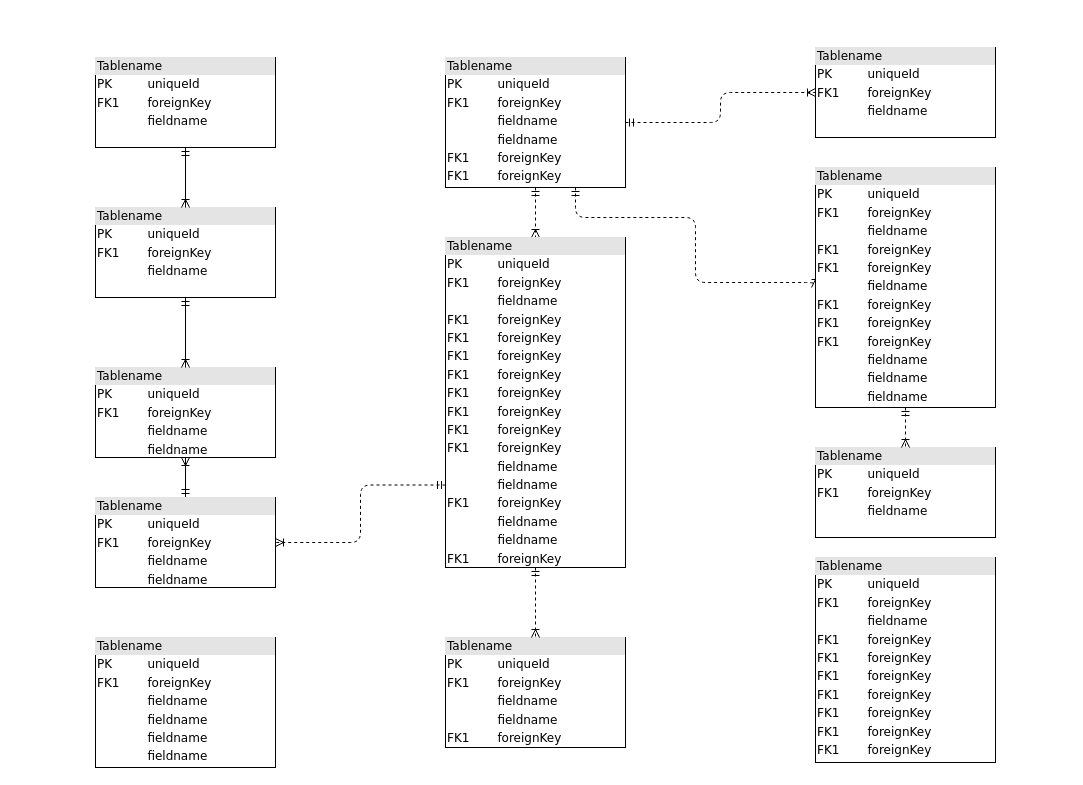
Above: Untitled Diagram.drawio in phuc-create/GraphQL-Learning (draw.io), before the change. Source tidied: cells renumbered, new cells numbered last; positions are measured from the earlier drawing's top-left corner, leaving out a move shared by most shapes. Both pictures are drawn from the tidied source at 100%, with x=0, y=0 at pixel (95, 47).
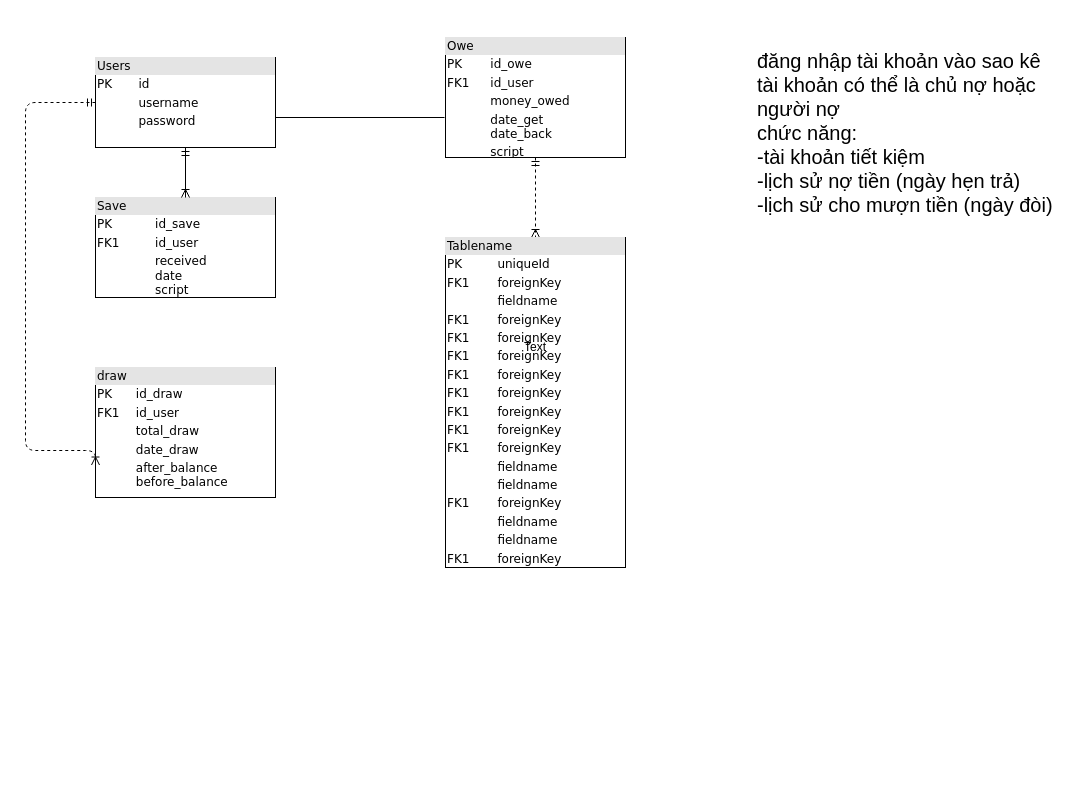
Above is the later version.

Unchanged cells that the change refers to:
```xml
<mxCell id="16" value="&lt;div style=&quot;box-sizing: border-box ; width: 100% ; background: #e4e4e4 ; padding: 2px&quot;&gt;Tablename&lt;/div&gt;&lt;table style=&quot;width: 100% ; font-size: 1em&quot; cellpadding=&quot;2&quot; cellspacing=&quot;0&quot;&gt;&lt;tbody&gt;&lt;tr&gt;&lt;td&gt;PK&lt;/td&gt;&lt;td&gt;uniqueId&lt;/td&gt;&lt;/tr&gt;&lt;tr&gt;&lt;td&gt;FK1&lt;/td&gt;&lt;td&gt;foreignKey&lt;/td&gt;&lt;/tr&gt;&lt;tr&gt;&lt;td&gt;&lt;/td&gt;&lt;td&gt;fieldname&lt;/td&gt;&lt;/tr&gt;&lt;tr&gt;&lt;td&gt;FK1&lt;br&gt;&lt;/td&gt;&lt;td&gt;foreignKey&lt;br&gt;&lt;/td&gt;&lt;/tr&gt;&lt;tr&gt;&lt;td&gt;FK1&lt;br&gt;&lt;/td&gt;&lt;td&gt;foreignKey&lt;br&gt;&lt;/td&gt;&lt;/tr&gt;&lt;tr&gt;&lt;td&gt;FK1&lt;br&gt;&lt;/td&gt;&lt;td&gt;foreignKey&lt;br&gt;&lt;/td&gt;&lt;/tr&gt;&lt;tr&gt;&lt;td&gt;FK1&lt;br&gt;&lt;/td&gt;&lt;td&gt;foreignKey&lt;br&gt;&lt;/td&gt;&lt;/tr&gt;&lt;tr&gt;&lt;td&gt;FK1&lt;br&gt;&lt;/td&gt;&lt;td&gt;foreignKey&lt;br&gt;&lt;/td&gt;&lt;/tr&gt;&lt;tr&gt;&lt;td&gt;FK1&lt;br&gt;&lt;/td&gt;&lt;td&gt;foreignKey&lt;br&gt;&lt;/td&gt;&lt;/tr&gt;&lt;tr&gt;&lt;td&gt;FK1&lt;br&gt;&lt;/td&gt;&lt;td&gt;foreignKey&lt;br&gt;&lt;/td&gt;&lt;/tr&gt;&lt;tr&gt;&lt;td&gt;FK1&lt;br&gt;&lt;/td&gt;&lt;td&gt;foreignKey&lt;br&gt;&lt;/td&gt;&lt;/tr&gt;&lt;tr&gt;&lt;td&gt;&lt;br&gt;&lt;/td&gt;&lt;td&gt;fieldname&lt;br&gt;&lt;/td&gt;&lt;/tr&gt;&lt;tr&gt;&lt;td&gt;&lt;br&gt;&lt;/td&gt;&lt;td&gt;fieldname&lt;br&gt;&lt;/td&gt;&lt;/tr&gt;&lt;tr&gt;&lt;td&gt;FK1&lt;br&gt;&lt;/td&gt;&lt;td&gt;foreignKey&lt;br&gt;&lt;/td&gt;&lt;/tr&gt;&lt;tr&gt;&lt;td&gt;&lt;br&gt;&lt;/td&gt;&lt;td&gt;fieldname&lt;br&gt;&lt;/td&gt;&lt;/tr&gt;&lt;tr&gt;&lt;td&gt;&lt;br&gt;&lt;/td&gt;&lt;td&gt;fieldname&lt;br&gt;&lt;/td&gt;&lt;/tr&gt;&lt;tr&gt;&lt;td&gt;FK1&lt;br&gt;&lt;/td&gt;&lt;td&gt;foreignKey&lt;br&gt;&lt;/td&gt;&lt;/tr&gt;&lt;/tbody&gt;&lt;/table&gt;" style="verticalAlign=top;align=left;overflow=fill;html=1;rounded=0;shadow=0;comic=0;labelBackgroundColor=none;strokeWidth=1;fontFamily=Verdana;fontSize=12;" parent="1" vertex="1">
  <mxGeometry x="350" y="190" width="180" height="330" as="geometry" />
</mxCell>
```

Change to the diagram source:
```diff
@@
-    <mxCell id="2" value="&lt;div style=&quot;box-sizing:border-box;width:100%;background:#e4e4e4;padding:2px;&quot;&gt;Tablename&lt;/div&gt;&lt;table style=&quot;width:100%;font-size:1em;&quot; cellpadding=&quot;2&quot; cellspacing=&quot;0&quot;&gt;&lt;tr&gt;&lt;td&gt;PK&lt;/td&gt;&lt;td&gt;uniqueId&lt;/td&gt;&lt;/tr&gt;&lt;tr&gt;&lt;td&gt;FK1&lt;/td&gt;&lt;td&gt;foreignKey&lt;/td&gt;&lt;/tr&gt;&lt;tr&gt;&lt;td&gt;&lt;/td&gt;&lt;td&gt;fieldname&lt;/td&gt;&lt;/tr&gt;&lt;/table&gt;" style="verticalAlign=top;align=left;overflow=fill;html=1;rounded=0;shadow=0;comic=0;labelBackgroundColor=none;strokeWidth=1;fontFamily=Verdana;fontSize=12;" parent="1" vertex="1">
+    <mxCell id="2" value="&lt;div style=&quot;box-sizing: border-box ; width: 100% ; background: #e4e4e4 ; padding: 2px&quot;&gt;Users&lt;/div&gt;&lt;table style=&quot;width: 100% ; font-size: 1em&quot; cellpadding=&quot;2&quot; cellspacing=&quot;0&quot;&gt;&lt;tbody&gt;&lt;tr&gt;&lt;td&gt;PK&lt;/td&gt;&lt;td&gt;id&lt;/td&gt;&lt;/tr&gt;&lt;tr&gt;&lt;td&gt;&lt;br&gt;&lt;/td&gt;&lt;td&gt;username&lt;/td&gt;&lt;/tr&gt;&lt;tr&gt;&lt;td&gt;&lt;/td&gt;&lt;td&gt;password&lt;/td&gt;&lt;/tr&gt;&lt;/tbody&gt;&lt;/table&gt;" style="verticalAlign=top;align=left;overflow=fill;html=1;rounded=0;shadow=0;comic=0;labelBackgroundColor=none;strokeWidth=1;fontFamily=Verdana;fontSize=12;" parent="1" vertex="1">
       <mxGeometry y="10" width="180" height="90" as="geometry" />
     </mxCell>
@@
-    <mxCell id="4" style="edgeStyle=orthogonalEdgeStyle;html=1;dashed=1;labelBackgroundColor=none;startArrow=ERmandOne;endArrow=ERoneToMany;fontFamily=Verdana;fontSize=12;align=left;entryX=0;entryY=0.5;" parent="1" edge="1" source="6" target="19">
-      <mxGeometry relative="1" as="geometry">
-        <Array as="points">
-          <mxPoint x="480" y="170" />
-          <mxPoint x="600" y="170" />
-          <mxPoint x="600" y="235" />
-        </Array>
-      </mxGeometry>
-    </mxCell>
-    <mxCell id="5" style="edgeStyle=orthogonalEdgeStyle;html=1;dashed=1;labelBackgroundColor=none;startArrow=ERmandOne;endArrow=ERoneToMany;fontFamily=Verdana;fontSize=12;align=left;" parent="1" edge="1" source="6" target="20">
-      <mxGeometry relative="1" as="geometry" />
-    </mxCell>
-    <mxCell id="6" value="&lt;div style=&quot;box-sizing: border-box ; width: 100% ; background: #e4e4e4 ; padding: 2px&quot;&gt;Tablename&lt;/div&gt;&lt;table style=&quot;width: 100% ; font-size: 1em&quot; cellpadding=&quot;2&quot; cellspacing=&quot;0&quot;&gt;&lt;tbody&gt;&lt;tr&gt;&lt;td&gt;PK&lt;/td&gt;&lt;td&gt;uniqueId&lt;/td&gt;&lt;/tr&gt;&lt;tr&gt;&lt;td&gt;FK1&lt;/td&gt;&lt;td&gt;foreignKey&lt;/td&gt;&lt;/tr&gt;&lt;tr&gt;&lt;td&gt;&lt;/td&gt;&lt;td&gt;fieldname&lt;/td&gt;&lt;/tr&gt;&lt;tr&gt;&lt;td&gt;&lt;br&gt;&lt;/td&gt;&lt;td&gt;fieldname&lt;br&gt;&lt;/td&gt;&lt;/tr&gt;&lt;tr&gt;&lt;td&gt;FK1&lt;br&gt;&lt;/td&gt;&lt;td&gt;foreignKey&lt;br&gt;&lt;/td&gt;&lt;/tr&gt;&lt;tr&gt;&lt;td&gt;FK1&lt;br&gt;&lt;/td&gt;&lt;td&gt;foreignKey&lt;br&gt;&lt;/td&gt;&lt;/tr&gt;&lt;/tbody&gt;&lt;/table&gt;" style="verticalAlign=top;align=left;overflow=fill;html=1;rounded=0;shadow=0;comic=0;labelBackgroundColor=none;strokeWidth=1;fontFamily=Verdana;fontSize=12;" parent="1" vertex="1">
-      <mxGeometry x="350" y="10" width="180" height="130" as="geometry" />
+    <mxCell id="6" value="&lt;div style=&quot;box-sizing: border-box ; width: 100% ; background: #e4e4e4 ; padding: 2px&quot;&gt;Owe&lt;/div&gt;&lt;table style=&quot;width: 100% ; font-size: 1em&quot; cellpadding=&quot;2&quot; cellspacing=&quot;0&quot;&gt;&lt;tbody&gt;&lt;tr&gt;&lt;td&gt;PK&lt;/td&gt;&lt;td&gt;id_owe&lt;/td&gt;&lt;/tr&gt;&lt;tr&gt;&lt;td&gt;FK1&lt;/td&gt;&lt;td&gt;id_user&lt;/td&gt;&lt;/tr&gt;&lt;tr&gt;&lt;td&gt;&lt;/td&gt;&lt;td&gt;money_owed&lt;/td&gt;&lt;/tr&gt;&lt;tr&gt;&lt;td&gt;&lt;br&gt;&lt;/td&gt;&lt;td&gt;date_get&lt;br&gt;date_back&lt;/td&gt;&lt;/tr&gt;&lt;tr&gt;&lt;td&gt;&lt;br&gt;&lt;/td&gt;&lt;td&gt;script&lt;/td&gt;&lt;/tr&gt;&lt;tr&gt;&lt;td&gt;&lt;br&gt;&lt;/td&gt;&lt;td&gt;&lt;br&gt;&lt;/td&gt;&lt;/tr&gt;&lt;/tbody&gt;&lt;/table&gt;" style="verticalAlign=top;align=left;overflow=fill;html=1;rounded=0;shadow=0;comic=0;labelBackgroundColor=none;strokeWidth=1;fontFamily=Verdana;fontSize=12;" parent="1" vertex="1">
+      <mxGeometry x="350" y="-10" width="180" height="120" as="geometry" />
     </mxCell>
-    <mxCell id="7" style="edgeStyle=orthogonalEdgeStyle;html=1;labelBackgroundColor=none;startArrow=ERmandOne;endArrow=ERoneToMany;fontFamily=Verdana;fontSize=12;align=left;" parent="1" edge="1" source="9" target="10">
-      <mxGeometry relative="1" as="geometry" />
-    </mxCell>
-    <mxCell id="8" style="edgeStyle=orthogonalEdgeStyle;html=1;exitX=0;exitY=0.75;entryX=1;entryY=0.5;dashed=1;labelBackgroundColor=none;startArrow=ERmandOne;endArrow=ERoneToMany;fontFamily=Verdana;fontSize=12;align=left;" parent="1" edge="1" source="16" target="9">
-      <mxGeometry relative="1" as="geometry" />
-    </mxCell>
-    <mxCell id="9" value="&lt;div style=&quot;box-sizing: border-box ; width: 100% ; background: #e4e4e4 ; padding: 2px&quot;&gt;Tablename&lt;/div&gt;&lt;table style=&quot;width: 100% ; font-size: 1em&quot; cellpadding=&quot;2&quot; cellspacing=&quot;0&quot;&gt;&lt;tbody&gt;&lt;tr&gt;&lt;td&gt;PK&lt;/td&gt;&lt;td&gt;uniqueId&lt;/td&gt;&lt;/tr&gt;&lt;tr&gt;&lt;td&gt;FK1&lt;/td&gt;&lt;td&gt;foreignKey&lt;/td&gt;&lt;/tr&gt;&lt;tr&gt;&lt;td&gt;&lt;/td&gt;&lt;td&gt;fieldname&lt;/td&gt;&lt;/tr&gt;&lt;tr&gt;&lt;td&gt;&lt;br&gt;&lt;/td&gt;&lt;td&gt;fieldname&lt;br&gt;&lt;/td&gt;&lt;/tr&gt;&lt;/tbody&gt;&lt;/table&gt;" style="verticalAlign=top;align=left;overflow=fill;html=1;rounded=0;shadow=0;comic=0;labelBackgroundColor=none;strokeWidth=1;fontFamily=Verdana;fontSize=12;" parent="1" vertex="1">
-      <mxGeometry y="450" width="180" height="90" as="geometry" />
-    </mxCell>
-    <mxCell id="10" value="&lt;div style=&quot;box-sizing: border-box ; width: 100% ; background: #e4e4e4 ; padding: 2px&quot;&gt;Tablename&lt;/div&gt;&lt;table style=&quot;width: 100% ; font-size: 1em&quot; cellpadding=&quot;2&quot; cellspacing=&quot;0&quot;&gt;&lt;tbody&gt;&lt;tr&gt;&lt;td&gt;PK&lt;/td&gt;&lt;td&gt;uniqueId&lt;/td&gt;&lt;/tr&gt;&lt;tr&gt;&lt;td&gt;FK1&lt;/td&gt;&lt;td&gt;foreignKey&lt;/td&gt;&lt;/tr&gt;&lt;tr&gt;&lt;td&gt;&lt;/td&gt;&lt;td&gt;fieldname&lt;/td&gt;&lt;/tr&gt;&lt;tr&gt;&lt;td&gt;&lt;br&gt;&lt;/td&gt;&lt;td&gt;fieldname&lt;br&gt;&lt;/td&gt;&lt;/tr&gt;&lt;/tbody&gt;&lt;/table&gt;" style="verticalAlign=top;align=left;overflow=fill;html=1;rounded=0;shadow=0;comic=0;labelBackgroundColor=none;strokeWidth=1;fontFamily=Verdana;fontSize=12;" parent="1" vertex="1">
-      <mxGeometry y="320" width="180" height="90" as="geometry" />
-    </mxCell>
-    <mxCell id="11" style="edgeStyle=orthogonalEdgeStyle;html=1;entryX=0.5;entryY=0;labelBackgroundColor=none;startArrow=ERmandOne;endArrow=ERoneToMany;fontFamily=Verdana;fontSize=12;align=left;" parent="1" edge="1" source="12" target="10">
-      <mxGeometry relative="1" as="geometry" />
-    </mxCell>
-    <mxCell id="12" value="&lt;div style=&quot;box-sizing:border-box;width:100%;background:#e4e4e4;padding:2px;&quot;&gt;Tablename&lt;/div&gt;&lt;table style=&quot;width:100%;font-size:1em;&quot; cellpadding=&quot;2&quot; cellspacing=&quot;0&quot;&gt;&lt;tr&gt;&lt;td&gt;PK&lt;/td&gt;&lt;td&gt;uniqueId&lt;/td&gt;&lt;/tr&gt;&lt;tr&gt;&lt;td&gt;FK1&lt;/td&gt;&lt;td&gt;foreignKey&lt;/td&gt;&lt;/tr&gt;&lt;tr&gt;&lt;td&gt;&lt;/td&gt;&lt;td&gt;fieldname&lt;/td&gt;&lt;/tr&gt;&lt;/table&gt;" style="verticalAlign=top;align=left;overflow=fill;html=1;rounded=0;shadow=0;comic=0;labelBackgroundColor=none;strokeWidth=1;fontFamily=Verdana;fontSize=12;" parent="1" vertex="1">
-      <mxGeometry y="160" width="180" height="90" as="geometry" />
+    <mxCell id="12" value="&lt;div style=&quot;box-sizing: border-box ; width: 100% ; background: #e4e4e4 ; padding: 2px&quot;&gt;Save&lt;/div&gt;&lt;table style=&quot;width: 100% ; font-size: 1em&quot; cellpadding=&quot;2&quot; cellspacing=&quot;0&quot;&gt;&lt;tbody&gt;&lt;tr&gt;&lt;td&gt;PK&lt;/td&gt;&lt;td&gt;id_save&lt;/td&gt;&lt;/tr&gt;&lt;tr&gt;&lt;td&gt;FK1&lt;/td&gt;&lt;td&gt;id_user&lt;/td&gt;&lt;/tr&gt;&lt;tr&gt;&lt;td&gt;&lt;/td&gt;&lt;td&gt;received&lt;br&gt;date&lt;br&gt;script&lt;br&gt;&lt;br&gt;&lt;/td&gt;&lt;/tr&gt;&lt;/tbody&gt;&lt;/table&gt;" style="verticalAlign=top;align=left;overflow=fill;html=1;rounded=0;shadow=0;comic=0;labelBackgroundColor=none;strokeWidth=1;fontFamily=Verdana;fontSize=12;" parent="1" vertex="1">
+      <mxGeometry y="150" width="180" height="100" as="geometry" />
     </mxCell>
-    <mxCell id="13" value="&lt;div style=&quot;box-sizing: border-box ; width: 100% ; background: #e4e4e4 ; padding: 2px&quot;&gt;Tablename&lt;/div&gt;&lt;table style=&quot;width: 100% ; font-size: 1em&quot; cellpadding=&quot;2&quot; cellspacing=&quot;0&quot;&gt;&lt;tbody&gt;&lt;tr&gt;&lt;td&gt;PK&lt;/td&gt;&lt;td&gt;uniqueId&lt;/td&gt;&lt;/tr&gt;&lt;tr&gt;&lt;td&gt;FK1&lt;/td&gt;&lt;td&gt;foreignKey&lt;/td&gt;&lt;/tr&gt;&lt;tr&gt;&lt;td&gt;&lt;/td&gt;&lt;td&gt;fieldname&lt;/td&gt;&lt;/tr&gt;&lt;tr&gt;&lt;td&gt;FK1&lt;br&gt;&lt;/td&gt;&lt;td&gt;foreignKey&lt;br&gt;&lt;/td&gt;&lt;/tr&gt;&lt;tr&gt;&lt;td&gt;FK1&lt;br&gt;&lt;/td&gt;&lt;td&gt;foreignKey&lt;br&gt;&lt;/td&gt;&lt;/tr&gt;&lt;tr&gt;&lt;td&gt;FK1&lt;br&gt;&lt;/td&gt;&lt;td&gt;foreignKey&lt;br&gt;&lt;/td&gt;&lt;/tr&gt;&lt;tr&gt;&lt;td&gt;FK1&lt;br&gt;&lt;/td&gt;&lt;td&gt;foreignKey&lt;br&gt;&lt;/td&gt;&lt;/tr&gt;&lt;tr&gt;&lt;td&gt;FK1&lt;br&gt;&lt;/td&gt;&lt;td&gt;foreignKey&lt;br&gt;&lt;/td&gt;&lt;/tr&gt;&lt;tr&gt;&lt;td&gt;FK1&lt;br&gt;&lt;/td&gt;&lt;td&gt;foreignKey&lt;br&gt;&lt;/td&gt;&lt;/tr&gt;&lt;tr&gt;&lt;td&gt;FK1&lt;br&gt;&lt;/td&gt;&lt;td&gt;foreignKey&lt;br&gt;&lt;/td&gt;&lt;/tr&gt;&lt;/tbody&gt;&lt;/table&gt;" style="verticalAlign=top;align=left;overflow=fill;html=1;rounded=0;shadow=0;comic=0;labelBackgroundColor=none;strokeWidth=1;fontFamily=Verdana;fontSize=12;" parent="1" vertex="1">
-      <mxGeometry x="720" y="510" width="180" height="205" as="geometry" />
-    </mxCell>
-    <mxCell id="14" value="&lt;div style=&quot;box-sizing: border-box ; width: 100% ; background: #e4e4e4 ; padding: 2px&quot;&gt;Tablename&lt;/div&gt;&lt;table style=&quot;width: 100% ; font-size: 1em&quot; cellpadding=&quot;2&quot; cellspacing=&quot;0&quot;&gt;&lt;tbody&gt;&lt;tr&gt;&lt;td&gt;PK&lt;/td&gt;&lt;td&gt;uniqueId&lt;/td&gt;&lt;/tr&gt;&lt;tr&gt;&lt;td&gt;FK1&lt;/td&gt;&lt;td&gt;foreignKey&lt;/td&gt;&lt;/tr&gt;&lt;tr&gt;&lt;td&gt;&lt;/td&gt;&lt;td&gt;fieldname&lt;/td&gt;&lt;/tr&gt;&lt;tr&gt;&lt;td&gt;&lt;br&gt;&lt;/td&gt;&lt;td&gt;fieldname&lt;br&gt;&lt;/td&gt;&lt;/tr&gt;&lt;tr&gt;&lt;td&gt;FK1&lt;br&gt;&lt;/td&gt;&lt;td&gt;foreignKey&lt;br&gt;&lt;/td&gt;&lt;/tr&gt;&lt;/tbody&gt;&lt;/table&gt;" style="verticalAlign=top;align=left;overflow=fill;html=1;rounded=0;shadow=0;comic=0;labelBackgroundColor=none;strokeWidth=1;fontFamily=Verdana;fontSize=12;" parent="1" vertex="1">
-      <mxGeometry x="350" y="590" width="180" height="110" as="geometry" />
+    <mxCell id="14" value="&lt;div style=&quot;box-sizing: border-box ; width: 100% ; background: #e4e4e4 ; padding: 2px&quot;&gt;draw&lt;/div&gt;&lt;table style=&quot;width: 100% ; font-size: 1em&quot; cellpadding=&quot;2&quot; cellspacing=&quot;0&quot;&gt;&lt;tbody&gt;&lt;tr&gt;&lt;td&gt;PK&lt;/td&gt;&lt;td&gt;id_draw&lt;/td&gt;&lt;/tr&gt;&lt;tr&gt;&lt;td&gt;FK1&lt;/td&gt;&lt;td&gt;id_user&lt;/td&gt;&lt;/tr&gt;&lt;tr&gt;&lt;td&gt;&lt;/td&gt;&lt;td&gt;total_draw&lt;/td&gt;&lt;/tr&gt;&lt;tr&gt;&lt;td&gt;&lt;br&gt;&lt;/td&gt;&lt;td&gt;date_draw&lt;/td&gt;&lt;/tr&gt;&lt;tr&gt;&lt;td&gt;&lt;br&gt;&lt;/td&gt;&lt;td&gt;after_balance&lt;br&gt;before_balance&lt;/td&gt;&lt;/tr&gt;&lt;/tbody&gt;&lt;/table&gt;" style="verticalAlign=top;align=left;overflow=fill;html=1;rounded=0;shadow=0;comic=0;labelBackgroundColor=none;strokeWidth=1;fontFamily=Verdana;fontSize=12;" parent="1" vertex="1">
+      <mxGeometry y="320" width="180" height="130" as="geometry" />
     </mxCell>
-    <mxCell id="15" style="edgeStyle=orthogonalEdgeStyle;html=1;entryX=0.5;entryY=0;labelBackgroundColor=none;startArrow=ERmandOne;endArrow=ERoneToMany;fontFamily=Verdana;fontSize=12;align=left;dashed=1;" parent="1" edge="1" source="16" target="14">
-      <mxGeometry relative="1" as="geometry" />
+    <mxCell id="15" style="edgeStyle=orthogonalEdgeStyle;html=1;entryX=0;entryY=0.75;labelBackgroundColor=none;startArrow=ERmandOne;endArrow=ERoneToMany;fontFamily=Verdana;fontSize=12;align=left;dashed=1;exitX=0;exitY=0.5;exitDx=0;exitDy=0;entryDx=0;entryDy=0;" parent="1" edge="1" source="2" target="14">
+      <mxGeometry relative="1" as="geometry">
+        <Array as="points">
+          <mxPoint x="-70" y="55" />
+          <mxPoint x="-70" y="403" />
+        </Array>
+      </mxGeometry>
     </mxCell>
@@
-    <mxCell id="17" value="&lt;div style=&quot;box-sizing:border-box;width:100%;background:#e4e4e4;padding:2px;&quot;&gt;Tablename&lt;/div&gt;&lt;table style=&quot;width:100%;font-size:1em;&quot; cellpadding=&quot;2&quot; cellspacing=&quot;0&quot;&gt;&lt;tr&gt;&lt;td&gt;PK&lt;/td&gt;&lt;td&gt;uniqueId&lt;/td&gt;&lt;/tr&gt;&lt;tr&gt;&lt;td&gt;FK1&lt;/td&gt;&lt;td&gt;foreignKey&lt;/td&gt;&lt;/tr&gt;&lt;tr&gt;&lt;td&gt;&lt;/td&gt;&lt;td&gt;fieldname&lt;/td&gt;&lt;/tr&gt;&lt;/table&gt;" style="verticalAlign=top;align=left;overflow=fill;html=1;rounded=0;shadow=0;comic=0;labelBackgroundColor=none;strokeWidth=1;fontFamily=Verdana;fontSize=12;" parent="1" vertex="1">
-      <mxGeometry x="720" y="400" width="180" height="90" as="geometry" />
-    </mxCell>
-    <mxCell id="18" style="edgeStyle=orthogonalEdgeStyle;html=1;entryX=0.5;entryY=0;dashed=1;labelBackgroundColor=none;startArrow=ERmandOne;endArrow=ERoneToMany;fontFamily=Verdana;fontSize=12;align=left;" parent="1" edge="1" source="19" target="17">
-      <mxGeometry relative="1" as="geometry" />
-    </mxCell>
-    <mxCell id="19" value="&lt;div style=&quot;box-sizing: border-box ; width: 100% ; background: #e4e4e4 ; padding: 2px&quot;&gt;Tablename&lt;/div&gt;&lt;table style=&quot;width: 100% ; font-size: 1em&quot; cellpadding=&quot;2&quot; cellspacing=&quot;0&quot;&gt;&lt;tbody&gt;&lt;tr&gt;&lt;td&gt;PK&lt;/td&gt;&lt;td&gt;uniqueId&lt;/td&gt;&lt;/tr&gt;&lt;tr&gt;&lt;td&gt;FK1&lt;/td&gt;&lt;td&gt;foreignKey&lt;/td&gt;&lt;/tr&gt;&lt;tr&gt;&lt;td&gt;&lt;/td&gt;&lt;td&gt;fieldname&lt;/td&gt;&lt;/tr&gt;&lt;tr&gt;&lt;td&gt;FK1&lt;br&gt;&lt;/td&gt;&lt;td&gt;foreignKey&lt;br&gt;&lt;/td&gt;&lt;/tr&gt;&lt;tr&gt;&lt;td&gt;FK1&lt;br&gt;&lt;/td&gt;&lt;td&gt;foreignKey&lt;br&gt;&lt;/td&gt;&lt;/tr&gt;&lt;tr&gt;&lt;td&gt;&lt;br&gt;&lt;/td&gt;&lt;td&gt;fieldname&lt;br&gt;&lt;/td&gt;&lt;/tr&gt;&lt;tr&gt;&lt;td&gt;FK1&lt;br&gt;&lt;/td&gt;&lt;td&gt;foreignKey&lt;br&gt;&lt;/td&gt;&lt;/tr&gt;&lt;tr&gt;&lt;td&gt;FK1&lt;br&gt;&lt;/td&gt;&lt;td&gt;foreignKey&lt;br&gt;&lt;/td&gt;&lt;/tr&gt;&lt;tr&gt;&lt;td&gt;FK1&lt;br&gt;&lt;/td&gt;&lt;td&gt;foreignKey&lt;br&gt;&lt;/td&gt;&lt;/tr&gt;&lt;tr&gt;&lt;td&gt;&lt;br&gt;&lt;/td&gt;&lt;td&gt;fieldname&lt;br&gt;&lt;/td&gt;&lt;/tr&gt;&lt;tr&gt;&lt;td&gt;&lt;br&gt;&lt;/td&gt;&lt;td&gt;fieldname&lt;br&gt;&lt;/td&gt;&lt;/tr&gt;&lt;tr&gt;&lt;td&gt;&lt;br&gt;&lt;/td&gt;&lt;td&gt;fieldname&lt;br&gt;&lt;/td&gt;&lt;/tr&gt;&lt;/tbody&gt;&lt;/table&gt;" style="verticalAlign=top;align=left;overflow=fill;html=1;rounded=0;shadow=0;comic=0;labelBackgroundColor=none;strokeWidth=1;fontFamily=Verdana;fontSize=12;" parent="1" vertex="1">
-      <mxGeometry x="720" y="120" width="180" height="240" as="geometry" />
-    </mxCell>
-    <mxCell id="20" value="&lt;div style=&quot;box-sizing:border-box;width:100%;background:#e4e4e4;padding:2px;&quot;&gt;Tablename&lt;/div&gt;&lt;table style=&quot;width:100%;font-size:1em;&quot; cellpadding=&quot;2&quot; cellspacing=&quot;0&quot;&gt;&lt;tr&gt;&lt;td&gt;PK&lt;/td&gt;&lt;td&gt;uniqueId&lt;/td&gt;&lt;/tr&gt;&lt;tr&gt;&lt;td&gt;FK1&lt;/td&gt;&lt;td&gt;foreignKey&lt;/td&gt;&lt;/tr&gt;&lt;tr&gt;&lt;td&gt;&lt;/td&gt;&lt;td&gt;fieldname&lt;/td&gt;&lt;/tr&gt;&lt;/table&gt;" style="verticalAlign=top;align=left;overflow=fill;html=1;rounded=0;shadow=0;comic=0;labelBackgroundColor=none;strokeWidth=1;fontFamily=Verdana;fontSize=12;" parent="1" vertex="1">
-      <mxGeometry x="720" width="180" height="90" as="geometry" />
-    </mxCell>
-    <mxCell id="21" value="&lt;div style=&quot;box-sizing: border-box ; width: 100% ; background: #e4e4e4 ; padding: 2px&quot;&gt;Tablename&lt;/div&gt;&lt;table style=&quot;width: 100% ; font-size: 1em&quot; cellpadding=&quot;2&quot; cellspacing=&quot;0&quot;&gt;&lt;tbody&gt;&lt;tr&gt;&lt;td&gt;PK&lt;/td&gt;&lt;td&gt;uniqueId&lt;/td&gt;&lt;/tr&gt;&lt;tr&gt;&lt;td&gt;FK1&lt;/td&gt;&lt;td&gt;foreignKey&lt;/td&gt;&lt;/tr&gt;&lt;tr&gt;&lt;td&gt;&lt;/td&gt;&lt;td&gt;fieldname&lt;/td&gt;&lt;/tr&gt;&lt;tr&gt;&lt;td&gt;&lt;br&gt;&lt;/td&gt;&lt;td&gt;fieldname&lt;br&gt;&lt;/td&gt;&lt;/tr&gt;&lt;tr&gt;&lt;td&gt;&lt;br&gt;&lt;/td&gt;&lt;td&gt;fieldname&lt;br&gt;&lt;/td&gt;&lt;/tr&gt;&lt;tr&gt;&lt;td&gt;&lt;br&gt;&lt;/td&gt;&lt;td&gt;fieldname&lt;br&gt;&lt;/td&gt;&lt;/tr&gt;&lt;/tbody&gt;&lt;/table&gt;" style="verticalAlign=top;align=left;overflow=fill;html=1;rounded=0;shadow=0;comic=0;labelBackgroundColor=none;strokeWidth=1;fontFamily=Verdana;fontSize=12;" parent="1" vertex="1">
-      <mxGeometry y="590" width="180" height="130" as="geometry" />
-    </mxCell>
@@
+    <mxCell id="23" style="endArrow=none;html=1;" parent="1" edge="1">
+      <mxGeometry relative="1" as="geometry">
+        <mxPoint x="180" y="70" as="sourcePoint" />
+        <mxPoint x="349" y="70" as="targetPoint" />
+      </mxGeometry>
+    </mxCell>
+    <mxCell id="24" value="Text" style="text;html=1;strokeColor=none;fillColor=none;align=center;verticalAlign=middle;whiteSpace=wrap;rounded=0;" parent="1" vertex="1">
+      <mxGeometry x="420" y="290" width="40" height="20" as="geometry" />
+    </mxCell>
+    <mxCell id="25" value="&lt;span style=&quot;font-size: 20px&quot;&gt;đăng nhập tài khoản vào sao kê&lt;br&gt;tài khoản có thể là chủ nợ hoặc người nợ&lt;br&gt;chức năng:&lt;br&gt;-tài khoản tiết kiệm&lt;br&gt;-lịch sử nợ tiền (ngày hẹn trả)&lt;br&gt;-lịch sử cho mượn tiền (ngày đòi)&lt;br&gt;&lt;/span&gt;" style="text;html=1;strokeColor=none;fillColor=none;align=left;verticalAlign=middle;whiteSpace=wrap;rounded=0;" parent="1" vertex="1">
+      <mxGeometry x="660" y="-30" width="310" height="230" as="geometry" />
+    </mxCell>
```
